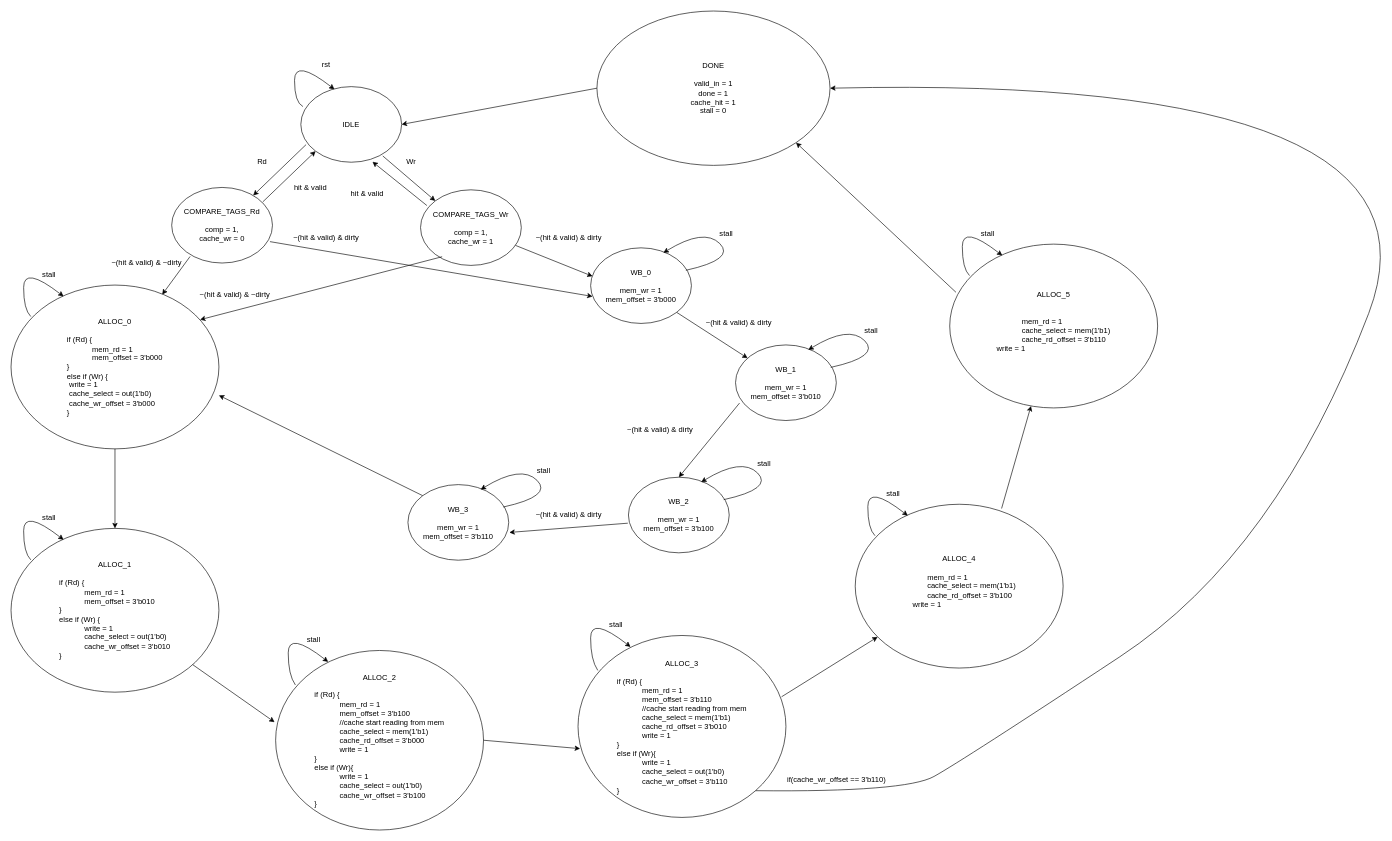
This is direct-mapped caches FSM.drawio from joshmeiyb/ECE552, a draw.io file, before an edit. Source tidied: cells renumbered, new cells numbered last; positions are measured from the earlier drawing's top-left corner, leaving out a move shared by most shapes. Both pictures are drawn from the tidied source at 63%, with x=0, y=0 at pixel (11, 11).
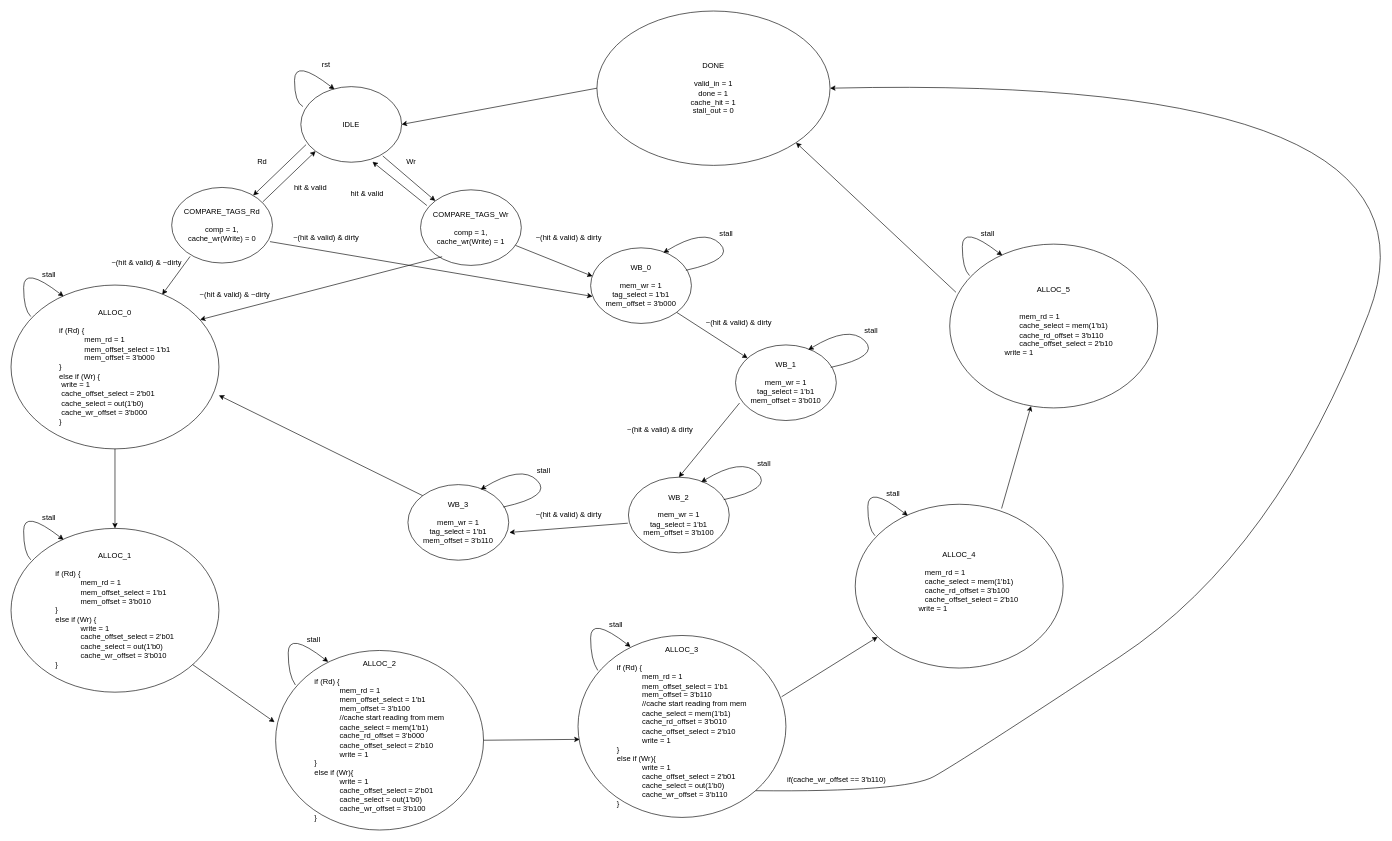
Above is the later version.

What changed in the source:
```diff
@@
-    <mxCell id="5" value="COMPARE_TAGS_Rd&lt;br&gt;&lt;br&gt;comp = 1,&lt;br&gt;cache_wr = 0" style="ellipse;whiteSpace=wrap;html=1;" parent="1" vertex="1">
+    <mxCell id="5" value="COMPARE_TAGS_Rd&lt;br&gt;&lt;br&gt;comp = 1,&lt;br&gt;cache_wr(Write) = 0" style="ellipse;whiteSpace=wrap;html=1;" parent="1" vertex="1">
       <mxGeometry x="255" y="280" width="160" height="120" as="geometry" />
     </mxCell>
-    <mxCell id="6" value="COMPARE_TAGS_Wr&lt;br&gt;&lt;br&gt;comp = 1,&lt;br&gt;cache_wr = 1" style="ellipse;whiteSpace=wrap;html=1;" parent="1" vertex="1">
+    <mxCell id="6" value="COMPARE_TAGS_Wr&lt;br&gt;&lt;br&gt;comp = 1,&lt;br&gt;cache_wr(Write) = 1" style="ellipse;whiteSpace=wrap;html=1;" parent="1" vertex="1">
       <mxGeometry x="650" y="283.8" width="160" height="120" as="geometry" />
     </mxCell>
@@
-    <mxCell id="15" value="ALLOC_0&lt;br&gt;&lt;br&gt;&lt;div style=&quot;text-align: left&quot;&gt;&lt;span&gt;&lt;span&gt; &lt;/span&gt;if (Rd) {&lt;/span&gt;&lt;/div&gt;&lt;blockquote style=&quot;margin: 0 0 0 40px ; border: none ; padding: 0px&quot;&gt;&lt;span&gt;&lt;div style=&quot;text-align: left&quot;&gt;&lt;span&gt;mem_rd = 1&lt;/span&gt;&lt;/div&gt;&lt;/span&gt;&lt;span&gt;&lt;div style=&quot;text-align: left&quot;&gt;&lt;span&gt;mem_offset = 3'b000&lt;/span&gt;&lt;/div&gt;&lt;/span&gt;&lt;/blockquote&gt;&lt;div style=&quot;text-align: left&quot;&gt;&lt;span&gt;}&lt;/span&gt;&lt;/div&gt;&lt;div style=&quot;text-align: left&quot;&gt;&lt;span&gt;else if (Wr) {&lt;/span&gt;&lt;/div&gt;&lt;div style=&quot;text-align: left&quot;&gt;&lt;div&gt;&lt;span style=&quot;white-space: pre&quot;&gt; &lt;/span&gt;write = 1&lt;/div&gt;&lt;div&gt;&lt;span style=&quot;white-space: pre&quot;&gt; &lt;/span&gt;cache_select = out(1'b0)&lt;br&gt;&lt;/div&gt;&lt;div&gt;&lt;span style=&quot;white-space: pre&quot;&gt; &lt;/span&gt;cache_wr_offset = 3'b000&lt;/div&gt;&lt;/div&gt;&lt;div style=&quot;text-align: left&quot;&gt;&lt;span&gt;}&lt;/span&gt;&lt;/div&gt;" style="ellipse;whiteSpace=wrap;html=1;" parent="1" vertex="1">
+    <mxCell id="15" value="ALLOC_0&lt;br&gt;&lt;br&gt;&lt;div style=&quot;text-align: left&quot;&gt;&lt;span&gt;&lt;span&gt; &lt;/span&gt;if (Rd) {&lt;/span&gt;&lt;/div&gt;&lt;blockquote style=&quot;margin: 0 0 0 40px ; border: none ; padding: 0px&quot;&gt;&lt;span&gt;&lt;div style=&quot;text-align: left&quot;&gt;&lt;span&gt;mem_rd = 1&lt;/span&gt;&lt;/div&gt;&lt;/span&gt;&lt;span&gt;&lt;div style=&quot;text-align: left&quot;&gt;&lt;span&gt;mem_offset_select = 1'b1&lt;/span&gt;&lt;/div&gt;&lt;div style=&quot;text-align: left&quot;&gt;&lt;span&gt;mem_offset = 3'b000&lt;/span&gt;&lt;/div&gt;&lt;/span&gt;&lt;/blockquote&gt;&lt;div style=&quot;text-align: left&quot;&gt;&lt;span&gt;}&lt;/span&gt;&lt;/div&gt;&lt;div style=&quot;text-align: left&quot;&gt;&lt;span&gt;else if (Wr) {&lt;/span&gt;&lt;/div&gt;&lt;div style=&quot;text-align: left&quot;&gt;&lt;div&gt;&lt;span style=&quot;white-space: pre&quot;&gt; &lt;/span&gt;write = 1&lt;/div&gt;&lt;div&gt;&lt;span style=&quot;white-space: pre&quot;&gt; &lt;/span&gt;cache_offset_select = 2'b01&lt;br&gt;&lt;/div&gt;&lt;div&gt;&lt;span style=&quot;white-space: pre&quot;&gt; &lt;/span&gt;cache_select = out(1'b0)&lt;br&gt;&lt;/div&gt;&lt;div&gt;&lt;span style=&quot;white-space: pre&quot;&gt; &lt;/span&gt;cache_wr_offset = 3'b000&lt;/div&gt;&lt;/div&gt;&lt;div style=&quot;text-align: left&quot;&gt;&lt;span&gt;}&lt;/span&gt;&lt;/div&gt;" style="ellipse;whiteSpace=wrap;html=1;" parent="1" vertex="1">
       <mxGeometry y="435" width="330" height="260" as="geometry" />
     </mxCell>
@@
-    <mxCell id="22" value="WB_0&lt;br&gt;&lt;br&gt;mem_wr = 1&lt;br&gt;mem_offset = 3'b000" style="ellipse;whiteSpace=wrap;html=1;" parent="1" vertex="1">
+    <mxCell id="22" value="WB_0&lt;br&gt;&lt;br&gt;mem_wr = 1&lt;br&gt;tag_select = 1'b1&lt;br&gt;mem_offset = 3'b000" style="ellipse;whiteSpace=wrap;html=1;" parent="1" vertex="1">
       <mxGeometry x="920" y="375.9" width="160" height="120" as="geometry" />
     </mxCell>
@@
-    <mxCell id="25" value="WB_1&lt;br&gt;&lt;br&gt;mem_wr = 1&lt;br&gt;mem_offset = 3'b010" style="ellipse;whiteSpace=wrap;html=1;" parent="1" vertex="1">
+    <mxCell id="25" value="WB_1&lt;br&gt;&lt;br&gt;mem_wr = 1&lt;br&gt;tag_select = 1'b1&lt;br&gt;mem_offset = 3'b010" style="ellipse;whiteSpace=wrap;html=1;" parent="1" vertex="1">
       <mxGeometry x="1150" y="530" width="160" height="120" as="geometry" />
     </mxCell>
@@
-    <mxCell id="28" value="WB_2&lt;br&gt;&lt;br&gt;mem_wr = 1&lt;br&gt;mem_offset = 3'b100" style="ellipse;whiteSpace=wrap;html=1;" parent="1" vertex="1">
+    <mxCell id="28" value="WB_2&lt;br&gt;&lt;br&gt;mem_wr = 1&lt;br&gt;tag_select = 1'b1&lt;br&gt;mem_offset = 3'b100" style="ellipse;whiteSpace=wrap;html=1;" parent="1" vertex="1">
       <mxGeometry x="980" y="740" width="160" height="120" as="geometry" />
     </mxCell>
@@
-    <mxCell id="31" value="WB_3&lt;br&gt;&lt;br&gt;mem_wr = 1&lt;br&gt;mem_offset = 3'b110" style="ellipse;whiteSpace=wrap;html=1;" parent="1" vertex="1">
+    <mxCell id="31" value="WB_3&lt;br&gt;&lt;br&gt;mem_wr = 1&lt;br&gt;tag_select = 1'b1&lt;br&gt;mem_offset = 3'b110" style="ellipse;whiteSpace=wrap;html=1;" parent="1" vertex="1">
       <mxGeometry x="630" y="751.7" width="160" height="120" as="geometry" />
     </mxCell>
@@
-    <mxCell id="45" value="ALLOC_1&lt;br&gt;&lt;br&gt;&lt;div style=&quot;text-align: left&quot;&gt;if (Rd) {&lt;/div&gt;&lt;blockquote style=&quot;margin: 0px 0px 0px 40px ; border: none ; padding: 0px&quot;&gt;&lt;div style=&quot;text-align: left&quot;&gt;mem_rd = 1&lt;/div&gt;&lt;div style=&quot;text-align: left&quot;&gt;mem_offset = 3'b010&lt;/div&gt;&lt;/blockquote&gt;&lt;div style=&quot;text-align: left&quot;&gt;}&lt;/div&gt;&lt;div style=&quot;text-align: left&quot;&gt;else if (Wr) {&lt;/div&gt;&lt;blockquote style=&quot;margin: 0 0 0 40px ; border: none ; padding: 0px&quot;&gt;&lt;div style=&quot;text-align: left&quot;&gt;&lt;span&gt;write = 1&lt;/span&gt;&lt;/div&gt;&lt;div style=&quot;text-align: left&quot;&gt;cache_select = out(1'b0)&lt;/div&gt;&lt;div style=&quot;text-align: left&quot;&gt;cache_wr_offset = 3'b010&lt;/div&gt;&lt;/blockquote&gt;&lt;div style=&quot;text-align: left&quot;&gt;}&lt;/div&gt;" style="ellipse;whiteSpace=wrap;html=1;" parent="1" vertex="1">
+    <mxCell id="45" value="ALLOC_1&lt;br&gt;&lt;br&gt;&lt;div style=&quot;text-align: left&quot;&gt;if (Rd) {&lt;/div&gt;&lt;blockquote style=&quot;margin: 0px 0px 0px 40px ; border: none ; padding: 0px&quot;&gt;&lt;div style=&quot;text-align: left&quot;&gt;mem_rd = 1&lt;/div&gt;&lt;div style=&quot;text-align: left&quot;&gt;mem_offset_select = 1'b1&lt;br&gt;&lt;/div&gt;&lt;div style=&quot;text-align: left&quot;&gt;mem_offset = 3'b010&lt;/div&gt;&lt;/blockquote&gt;&lt;div style=&quot;text-align: left&quot;&gt;}&lt;/div&gt;&lt;div style=&quot;text-align: left&quot;&gt;else if (Wr) {&lt;/div&gt;&lt;blockquote style=&quot;margin: 0 0 0 40px ; border: none ; padding: 0px&quot;&gt;&lt;div style=&quot;text-align: left&quot;&gt;&lt;span&gt;write = 1&lt;/span&gt;&lt;/div&gt;&lt;div style=&quot;text-align: left&quot;&gt;cache_offset_select = 2'b01&lt;span&gt;&lt;br&gt;&lt;/span&gt;&lt;/div&gt;&lt;div style=&quot;text-align: left&quot;&gt;cache_select = out(1'b0)&lt;/div&gt;&lt;div style=&quot;text-align: left&quot;&gt;cache_wr_offset = 3'b010&lt;/div&gt;&lt;/blockquote&gt;&lt;div style=&quot;text-align: left&quot;&gt;}&lt;/div&gt;" style="ellipse;whiteSpace=wrap;html=1;" parent="1" vertex="1">
       <mxGeometry y="821.2" width="330" height="260" as="geometry" />
     </mxCell>
@@
-    <mxCell id="48" value="ALLOC_2&lt;br&gt;&lt;br&gt;&lt;div style=&quot;text-align: left&quot;&gt;if (Rd) {&lt;/div&gt;&lt;blockquote style=&quot;margin: 0px 0px 0px 40px ; border: none ; padding: 0px&quot;&gt;&lt;div style=&quot;text-align: left&quot;&gt;mem_rd = 1&lt;/div&gt;&lt;div style=&quot;text-align: left&quot;&gt;mem_offset = 3'b100&lt;/div&gt;&lt;div style=&quot;text-align: left&quot;&gt;//cache start reading from mem&lt;/div&gt;&lt;div style=&quot;text-align: left&quot;&gt;cache_select = mem(1'b1)&lt;/div&gt;&lt;div style=&quot;text-align: left&quot;&gt;cache_rd_offset = 3'b000&lt;/div&gt;&lt;div style=&quot;text-align: left&quot;&gt;write = 1&lt;/div&gt;&lt;/blockquote&gt;&lt;div style=&quot;text-align: left&quot;&gt;}&lt;/div&gt;&lt;div style=&quot;text-align: left&quot;&gt;else if (Wr){&lt;/div&gt;&lt;blockquote style=&quot;margin: 0 0 0 40px ; border: none ; padding: 0px&quot;&gt;&lt;div style=&quot;text-align: left&quot;&gt;&lt;span&gt;write = 1&lt;/span&gt;&lt;/div&gt;&lt;div style=&quot;text-align: left&quot;&gt;cache_select = out(1'b0)&lt;/div&gt;&lt;div style=&quot;text-align: left&quot;&gt;cache_wr_offset = 3'b100&lt;/div&gt;&lt;/blockquote&gt;&lt;div style=&quot;text-align: left&quot;&gt;}&lt;br&gt;&lt;/div&gt;" style="ellipse;whiteSpace=wrap;html=1;" parent="1" vertex="1">
+    <mxCell id="48" value="ALLOC_2&lt;br&gt;&lt;br&gt;&lt;div style=&quot;text-align: left&quot;&gt;if (Rd) {&lt;/div&gt;&lt;blockquote style=&quot;margin: 0px 0px 0px 40px ; border: none ; padding: 0px&quot;&gt;&lt;div style=&quot;text-align: left&quot;&gt;mem_rd = 1&lt;/div&gt;&lt;div style=&quot;text-align: left&quot;&gt;mem_offset_select = 1'b1&lt;br&gt;&lt;/div&gt;&lt;div style=&quot;text-align: left&quot;&gt;mem_offset = 3'b100&lt;/div&gt;&lt;div style=&quot;text-align: left&quot;&gt;//cache start reading from mem&lt;/div&gt;&lt;div style=&quot;text-align: left&quot;&gt;cache_select = mem(1'b1)&lt;/div&gt;&lt;div style=&quot;text-align: left&quot;&gt;cache_rd_offset = 3'b000&lt;/div&gt;&lt;div style=&quot;text-align: left&quot;&gt;cache_offset_select = 2'b10&lt;/div&gt;&lt;div style=&quot;text-align: left&quot;&gt;write = 1&lt;/div&gt;&lt;/blockquote&gt;&lt;div style=&quot;text-align: left&quot;&gt;}&lt;/div&gt;&lt;div style=&quot;text-align: left&quot;&gt;else if (Wr){&lt;/div&gt;&lt;blockquote style=&quot;margin: 0 0 0 40px ; border: none ; padding: 0px&quot;&gt;&lt;div style=&quot;text-align: left&quot;&gt;&lt;span&gt;write = 1&lt;/span&gt;&lt;/div&gt;&lt;div style=&quot;text-align: left&quot;&gt;cache_offset_select = 2'b01&lt;span&gt;&lt;br&gt;&lt;/span&gt;&lt;/div&gt;&lt;div style=&quot;text-align: left&quot;&gt;cache_select = out(1'b0)&lt;/div&gt;&lt;div style=&quot;text-align: left&quot;&gt;cache_wr_offset = 3'b100&lt;/div&gt;&lt;/blockquote&gt;&lt;div style=&quot;text-align: left&quot;&gt;}&lt;br&gt;&lt;/div&gt;" style="ellipse;whiteSpace=wrap;html=1;" parent="1" vertex="1">
       <mxGeometry x="420" y="1015" width="330" height="285" as="geometry" />
     </mxCell>
@@
-    <mxCell id="51" value="ALLOC_3&lt;br&gt;&lt;br&gt;&lt;div style=&quot;text-align: left&quot;&gt;if (Rd) {&lt;/div&gt;&lt;blockquote style=&quot;margin: 0px 0px 0px 40px ; border: none ; padding: 0px&quot;&gt;&lt;div style=&quot;text-align: left&quot;&gt;mem_rd = 1&lt;/div&gt;&lt;div style=&quot;text-align: left&quot;&gt;mem_offset = 3'b110&lt;/div&gt;&lt;div style=&quot;text-align: left&quot;&gt;//cache start reading from mem&lt;br&gt;&lt;/div&gt;&lt;div style=&quot;text-align: left&quot;&gt;cache_select = mem(1'b1)&lt;/div&gt;&lt;div style=&quot;text-align: left&quot;&gt;cache_rd_offset = 3'b010&lt;/div&gt;&lt;div style=&quot;text-align: left&quot;&gt;write = 1&lt;/div&gt;&lt;/blockquote&gt;&lt;div style=&quot;text-align: left&quot;&gt;}&lt;/div&gt;&lt;div style=&quot;text-align: left&quot;&gt;else if (Wr){&lt;/div&gt;&lt;blockquote style=&quot;margin: 0 0 0 40px ; border: none ; padding: 0px&quot;&gt;&lt;div style=&quot;text-align: left&quot;&gt;&lt;div&gt;write = 1&lt;/div&gt;&lt;/div&gt;&lt;div style=&quot;text-align: left&quot;&gt;&lt;div&gt;cache_select = out(1'b0)&lt;/div&gt;&lt;/div&gt;&lt;div style=&quot;text-align: left&quot;&gt;&lt;div&gt;cache_wr_offset = 3'b110&lt;/div&gt;&lt;/div&gt;&lt;/blockquote&gt;&lt;div style=&quot;text-align: left&quot;&gt;}&lt;/div&gt;" style="ellipse;whiteSpace=wrap;html=1;" parent="1" vertex="1">
+    <mxCell id="51" value="ALLOC_3&lt;br&gt;&lt;br&gt;&lt;div style=&quot;text-align: left&quot;&gt;if (Rd) {&lt;/div&gt;&lt;blockquote style=&quot;margin: 0px 0px 0px 40px ; border: none ; padding: 0px&quot;&gt;&lt;div style=&quot;text-align: left&quot;&gt;mem_rd = 1&lt;/div&gt;&lt;div style=&quot;text-align: left&quot;&gt;mem_offset_select = 1'b1&lt;br&gt;&lt;/div&gt;&lt;div style=&quot;text-align: left&quot;&gt;mem_offset = 3'b110&lt;/div&gt;&lt;div style=&quot;text-align: left&quot;&gt;//cache start reading from mem&lt;br&gt;&lt;/div&gt;&lt;div style=&quot;text-align: left&quot;&gt;cache_select = mem(1'b1)&lt;/div&gt;&lt;div style=&quot;text-align: left&quot;&gt;cache_rd_offset = 3'b010&lt;/div&gt;&lt;div style=&quot;text-align: left&quot;&gt;cache_offset_select = 2'b10&lt;br&gt;&lt;/div&gt;&lt;div style=&quot;text-align: left&quot;&gt;write = 1&lt;/div&gt;&lt;/blockquote&gt;&lt;div style=&quot;text-align: left&quot;&gt;}&lt;/div&gt;&lt;div style=&quot;text-align: left&quot;&gt;else if (Wr){&lt;/div&gt;&lt;blockquote style=&quot;margin: 0 0 0 40px ; border: none ; padding: 0px&quot;&gt;&lt;div style=&quot;text-align: left&quot;&gt;&lt;div&gt;write = 1&lt;/div&gt;&lt;div&gt;cache_offset_select = 2'b01&lt;br&gt;&lt;/div&gt;&lt;/div&gt;&lt;div style=&quot;text-align: left&quot;&gt;&lt;div&gt;cache_select = out(1'b0)&lt;/div&gt;&lt;/div&gt;&lt;div style=&quot;text-align: left&quot;&gt;&lt;div&gt;cache_wr_offset = 3'b110&lt;/div&gt;&lt;/div&gt;&lt;/blockquote&gt;&lt;div style=&quot;text-align: left&quot;&gt;}&lt;/div&gt;" style="ellipse;whiteSpace=wrap;html=1;" parent="1" vertex="1">
       <mxGeometry x="900" y="991.2" width="330" height="288.8" as="geometry" />
     </mxCell>
@@
-    <mxCell id="54" value="ALLOC_4&lt;br&gt;&lt;blockquote style=&quot;margin: 0px 0px 0px 40px ; border: none ; padding: 0px&quot;&gt;&lt;div style=&quot;text-align: left&quot;&gt;&lt;br&gt;mem_rd = 1&lt;/div&gt;&lt;div style=&quot;text-align: left&quot;&gt;cache_select = mem(1'b1)&lt;/div&gt;&lt;div style=&quot;text-align: left&quot;&gt;&lt;span&gt;cache_rd_offset = 3'b100&lt;/span&gt;&lt;/div&gt;&lt;/blockquote&gt;&lt;div style=&quot;text-align: left&quot;&gt;&lt;span style=&quot;white-space: pre&quot;&gt; &lt;/span&gt;&amp;nbsp; &amp;nbsp; write = 1&lt;/div&gt;&lt;div style=&quot;text-align: left&quot;&gt;&lt;br&gt;&lt;/div&gt;" style="ellipse;whiteSpace=wrap;html=1;" parent="1" vertex="1">
+    <mxCell id="54" value="ALLOC_4&lt;br&gt;&lt;blockquote style=&quot;margin: 0px 0px 0px 40px ; border: none ; padding: 0px&quot;&gt;&lt;div style=&quot;text-align: left&quot;&gt;&lt;br&gt;mem_rd = 1&lt;/div&gt;&lt;div style=&quot;text-align: left&quot;&gt;cache_select = mem(1'b1)&lt;/div&gt;&lt;div style=&quot;text-align: left&quot;&gt;&lt;span&gt;cache_rd_offset = 3'b100&lt;/span&gt;&lt;/div&gt;&lt;div style=&quot;text-align: left&quot;&gt;cache_offset_select = 2'b10&lt;span&gt;&lt;br&gt;&lt;/span&gt;&lt;/div&gt;&lt;/blockquote&gt;&lt;div style=&quot;text-align: left&quot;&gt;&lt;span&gt; &lt;/span&gt;&amp;nbsp; &amp;nbsp; &lt;span style=&quot;white-space: pre&quot;&gt; &amp;nbsp;&lt;/span&gt;&amp;nbsp; &amp;nbsp;write = 1&lt;/div&gt;&lt;div style=&quot;text-align: left&quot;&gt;&lt;br&gt;&lt;/div&gt;" style="ellipse;whiteSpace=wrap;html=1;" parent="1" vertex="1">
       <mxGeometry x="1340" y="782.9" width="330" height="260" as="geometry" />
     </mxCell>
@@
-    <mxCell id="57" value="ALLOC_5&lt;br&gt;&lt;br&gt;&lt;br&gt;&lt;blockquote style=&quot;margin: 0px 0px 0px 40px ; border: none ; padding: 0px&quot;&gt;&lt;div style=&quot;text-align: left&quot;&gt;mem_rd = 1&lt;/div&gt;&lt;div style=&quot;text-align: left&quot;&gt;cache_select = mem(1'b1)&lt;/div&gt;&lt;div style=&quot;text-align: left&quot;&gt;cache_rd_offset = 3'b110&lt;/div&gt;&lt;/blockquote&gt;&lt;div style=&quot;text-align: left&quot;&gt;write = 1&lt;/div&gt;&lt;div style=&quot;text-align: left&quot;&gt;&lt;br&gt;&lt;/div&gt;" style="ellipse;whiteSpace=wrap;html=1;" parent="1" vertex="1">
+    <mxCell id="57" value="ALLOC_5&lt;br&gt;&lt;br&gt;&lt;br&gt;&lt;blockquote style=&quot;margin: 0px 0px 0px 40px ; border: none ; padding: 0px&quot;&gt;&lt;div style=&quot;text-align: left&quot;&gt;mem_rd = 1&lt;/div&gt;&lt;div style=&quot;text-align: left&quot;&gt;cache_select = mem(1'b1)&lt;/div&gt;&lt;div style=&quot;text-align: left&quot;&gt;cache_rd_offset = 3'b110&lt;/div&gt;&lt;div style=&quot;text-align: left&quot;&gt;cache_offset_select = 2'b10&lt;br&gt;&lt;/div&gt;&lt;/blockquote&gt;&lt;div style=&quot;text-align: left&quot;&gt;&lt;span style=&quot;white-space: pre&quot;&gt; &lt;/span&gt;&amp;nbsp; &amp;nbsp; write = 1&lt;/div&gt;&lt;div style=&quot;text-align: left&quot;&gt;&lt;br&gt;&lt;/div&gt;" style="ellipse;whiteSpace=wrap;html=1;" parent="1" vertex="1">
       <mxGeometry x="1490" y="370" width="330" height="260" as="geometry" />
     </mxCell>
@@
-    <mxCell id="60" value="DONE&lt;br&gt;&lt;br&gt;valid_in = 1&lt;br&gt;done = 1&lt;br&gt;cache_hit = 1&lt;br&gt;stall = 0" style="ellipse;whiteSpace=wrap;html=1;" parent="1" vertex="1">
+    <mxCell id="60" value="DONE&lt;br&gt;&lt;br&gt;valid_in = 1&lt;br&gt;done = 1&lt;br&gt;cache_hit = 1&lt;br&gt;stall_out = 0" style="ellipse;whiteSpace=wrap;html=1;" parent="1" vertex="1">
       <mxGeometry x="930" width="370" height="245" as="geometry" />
     </mxCell>
@@
-    <mxCell id="63" style="endArrow=classic;html=1;rounded=0;exitX=1;exitY=0.5;exitDx=0;exitDy=0;entryX=0.01;entryY=0.622;entryDx=0;entryDy=0;entryPerimeter=0;" parent="1" edge="1" source="48" target="51">
+    <mxCell id="63" style="endArrow=classic;html=1;rounded=0;exitX=1;exitY=0.5;exitDx=0;exitDy=0;entryX=0.008;entryY=0.571;entryDx=0;entryDy=0;entryPerimeter=0;" parent="1" edge="1" source="48" target="51">
       <mxGeometry relative="1" as="geometry" />
     </mxCell>
```
